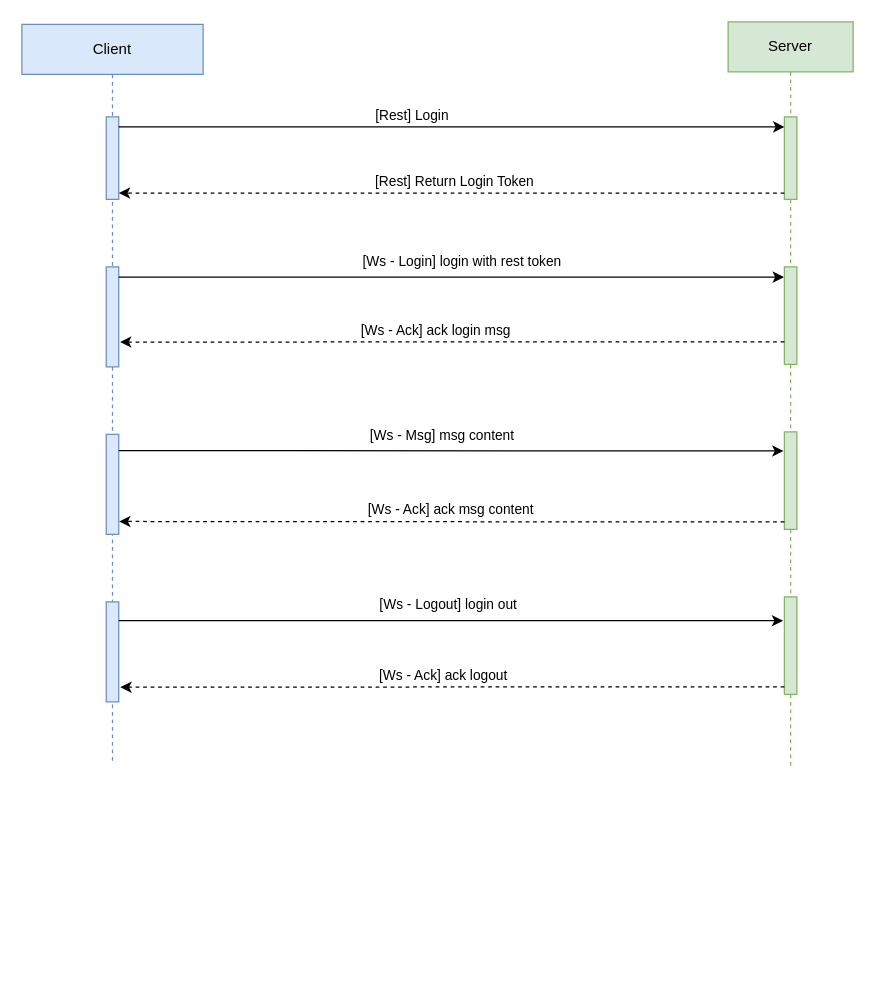
Before: doc/protocol.drawio in ThinkCats/rim, a draw.io diagram. Source tidied: cells renumbered, new cells numbered last; positions are measured from the earlier drawing's top-left corner, leaving out a move shared by most shapes. Both pictures are drawn from the tidied source at 125%, with x=0, y=0 at pixel (21, 21).
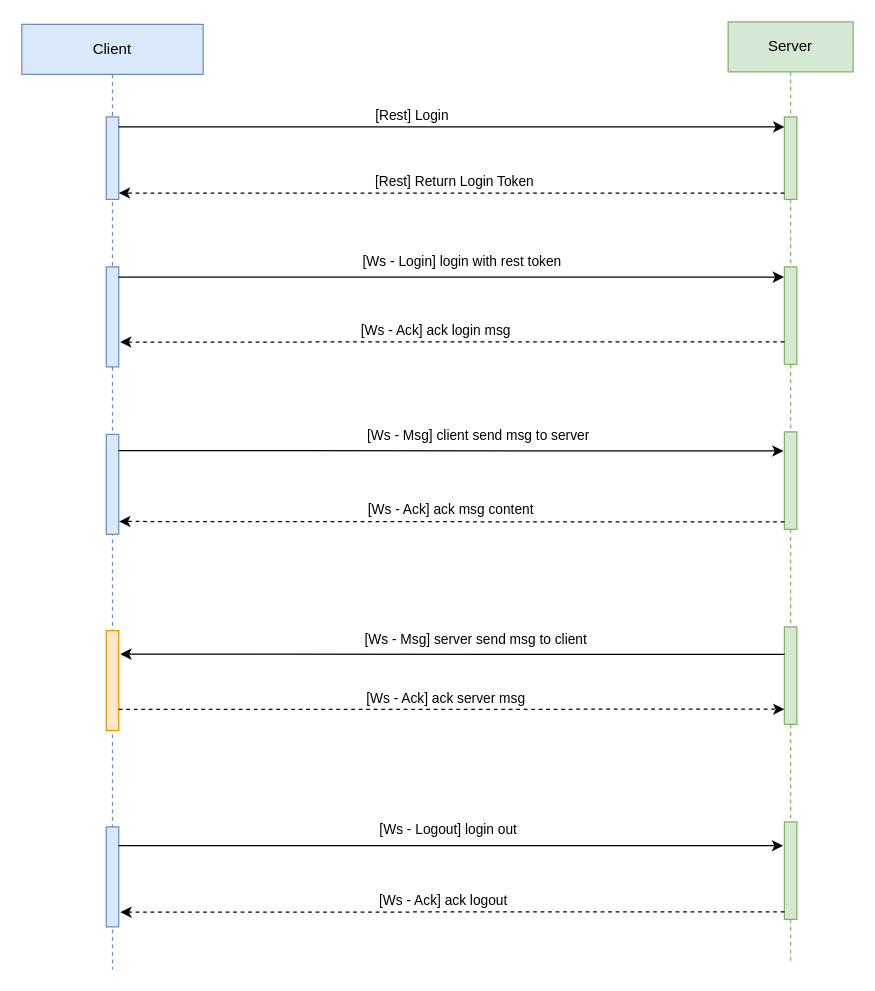
The same page after the edit.

The change refers to these unchanged cells:
```xml
<mxCell id="18" style="edgeStyle=orthogonalEdgeStyle;rounded=0;jettySize=auto;html=1;entryX=-0.071;entryY=0.196;entryDx=0;entryDy=0;entryPerimeter=0;" parent="1" edge="1" source="5" target="10">
  <mxGeometry relative="1" as="geometry">
    <Array as="points">
      <mxPoint x="211" y="343" />
      <mxPoint x="211" y="343" />
    </Array>
  </mxGeometry>
</mxCell>
```

Change to the diagram source:
```diff
@@
     <mxCell id="2" value="Client" style="shape=umlLifeline;perimeter=lifelinePerimeter;whiteSpace=wrap;html=1;fillColor=#dae8fc;strokeColor=#6c8ebf;" parent="1" vertex="1">
-      <mxGeometry y="2" width="145" height="589" as="geometry" />
+      <mxGeometry y="2" width="145" height="756" as="geometry" />
     </mxCell>
@@
     <mxCell id="6" style="html=1;points=[];perimeter=orthogonalPerimeter;fillColor=#dae8fc;strokeColor=#6c8ebf;" parent="2" vertex="1">
-      <mxGeometry x="67.5" y="462" width="10" height="80" as="geometry" />
+      <mxGeometry x="67.5" y="642" width="10" height="80" as="geometry" />
     </mxCell>
+    <mxCell id="25" style="html=1;points=[];perimeter=orthogonalPerimeter;fillColor=#ffe6cc;strokeColor=#d79b00;" parent="2" vertex="1">
+      <mxGeometry x="67.5" y="485" width="10" height="80" as="geometry" />
+    </mxCell>
     <mxCell id="7" value="Server" style="shape=umlLifeline;perimeter=lifelinePerimeter;whiteSpace=wrap;html=1;fillColor=#d5e8d4;strokeColor=#82b366;" parent="1" vertex="1">
-      <mxGeometry x="565" width="100" height="597" as="geometry" />
+      <mxGeometry x="565" width="100" height="752" as="geometry" />
     </mxCell>
@@
     <mxCell id="11" style="html=1;points=[];perimeter=orthogonalPerimeter;fillColor=#d5e8d4;strokeColor=#82b366;" parent="7" vertex="1">
-      <mxGeometry x="45" y="460" width="10" height="78" as="geometry" />
+      <mxGeometry x="45" y="640" width="10" height="78" as="geometry" />
     </mxCell>
+    <mxCell id="26" style="html=1;points=[];perimeter=orthogonalPerimeter;fillColor=#d5e8d4;strokeColor=#82b366;" parent="7" vertex="1">
+      <mxGeometry x="45" y="484" width="10" height="78" as="geometry" />
+    </mxCell>
@@
-    <mxCell id="19" value="[Ws - Msg] msg content" style="edgeLabel;html=1;align=center;verticalAlign=middle;" parent="18" vertex="1">
+    <mxCell id="19" value="[Ws - Msg] client send msg to server" style="edgeLabel;html=1;align=center;verticalAlign=middle;" parent="18" vertex="1">
       <mxGeometry x="-0.02" y="2" relative="1" as="geometry">
-        <mxPoint x="-3" y="-11" as="offset" />
+        <mxPoint x="26" y="-11" as="offset" />
       </mxGeometry>
     </mxCell>
@@
     <mxCell id="22" value="[Ws - Logout] login out" style="edgeStyle=orthogonalEdgeStyle;rounded=0;jettySize=auto;html=1;entryX=-0.1;entryY=0.244;entryDx=0;entryDy=0;entryPerimeter=0;" parent="1" edge="1" source="6" target="11">
       <mxGeometry x="-0.01" y="13" relative="1" as="geometry">
         <Array as="points">
-          <mxPoint x="209" y="479" />
-          <mxPoint x="209" y="479" />
+          <mxPoint x="209" y="659" />
+          <mxPoint x="209" y="659" />
         </Array>
       </mxGeometry>
     </mxCell>
     <mxCell id="23" style="edgeStyle=orthogonalEdgeStyle;rounded=0;jettySize=auto;html=1;entryX=1.13;entryY=0.853;entryDx=0;entryDy=0;entryPerimeter=0;dashed=1;" parent="1" edge="1" source="11" target="6">
       <mxGeometry relative="1" as="geometry">
         <Array as="points">
-          <mxPoint x="475" y="532" />
-          <mxPoint x="475" y="532" />
+          <mxPoint x="475" y="712" />
+          <mxPoint x="475" y="712" />
         </Array>
       </mxGeometry>
     </mxCell>
@@
+    <mxCell id="27" style="edgeStyle=orthogonalEdgeStyle;rounded=0;jettySize=auto;html=1;entryX=1.13;entryY=0.235;entryDx=0;entryDy=0;entryPerimeter=0;" parent="1" edge="1" source="26" target="25">
+      <mxGeometry relative="1" as="geometry">
+        <Array as="points">
+          <mxPoint x="475" y="506" />
+          <mxPoint x="475" y="506" />
+        </Array>
+      </mxGeometry>
+    </mxCell>
+    <mxCell id="28" value="[Ws - Msg] server send msg to client" style="edgeLabel;html=1;align=center;verticalAlign=middle;" parent="27" vertex="1">
+      <mxGeometry x="0.13" y="3" relative="1" as="geometry">
+        <mxPoint x="53" y="-15" as="offset" />
+      </mxGeometry>
+    </mxCell>
+    <mxCell id="29" style="edgeStyle=orthogonalEdgeStyle;rounded=0;jettySize=auto;html=1;entryX=0;entryY=0.844;entryDx=0;entryDy=0;entryPerimeter=0;dashed=1;" parent="1" edge="1" source="25" target="26">
+      <mxGeometry relative="1" as="geometry">
+        <Array as="points">
+          <mxPoint x="212" y="550" />
+          <mxPoint x="212" y="550" />
+        </Array>
+      </mxGeometry>
+    </mxCell>
+    <mxCell id="30" value="[Ws - Ack] ack server msg" style="edgeLabel;html=1;align=center;verticalAlign=middle;" parent="29" vertex="1">
+      <mxGeometry x="-0.12" y="-3" relative="1" as="geometry">
+        <mxPoint x="27" y="-12" as="offset" />
+      </mxGeometry>
+    </mxCell>
```
